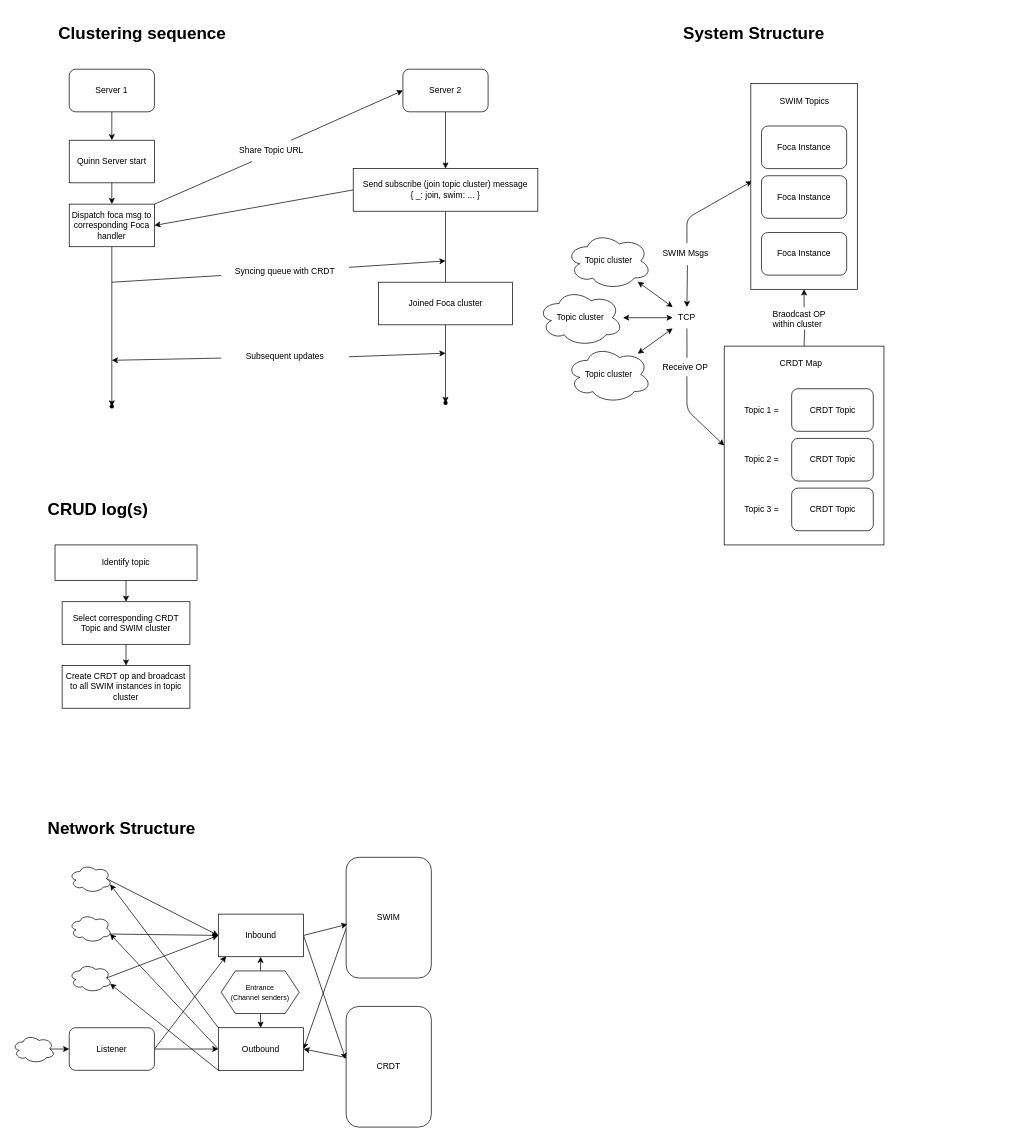
Earlier version of the draw.io diagram proc.drawio (Limit-LAB/Orkas). Source tidied: cells renumbered, new cells numbered last; positions are measured from the earlier drawing's top-left corner, leaving out a move shared by most shapes. Both pictures are drawn from the tidied source at 71%, with x=0, y=0 at pixel (12, 19).
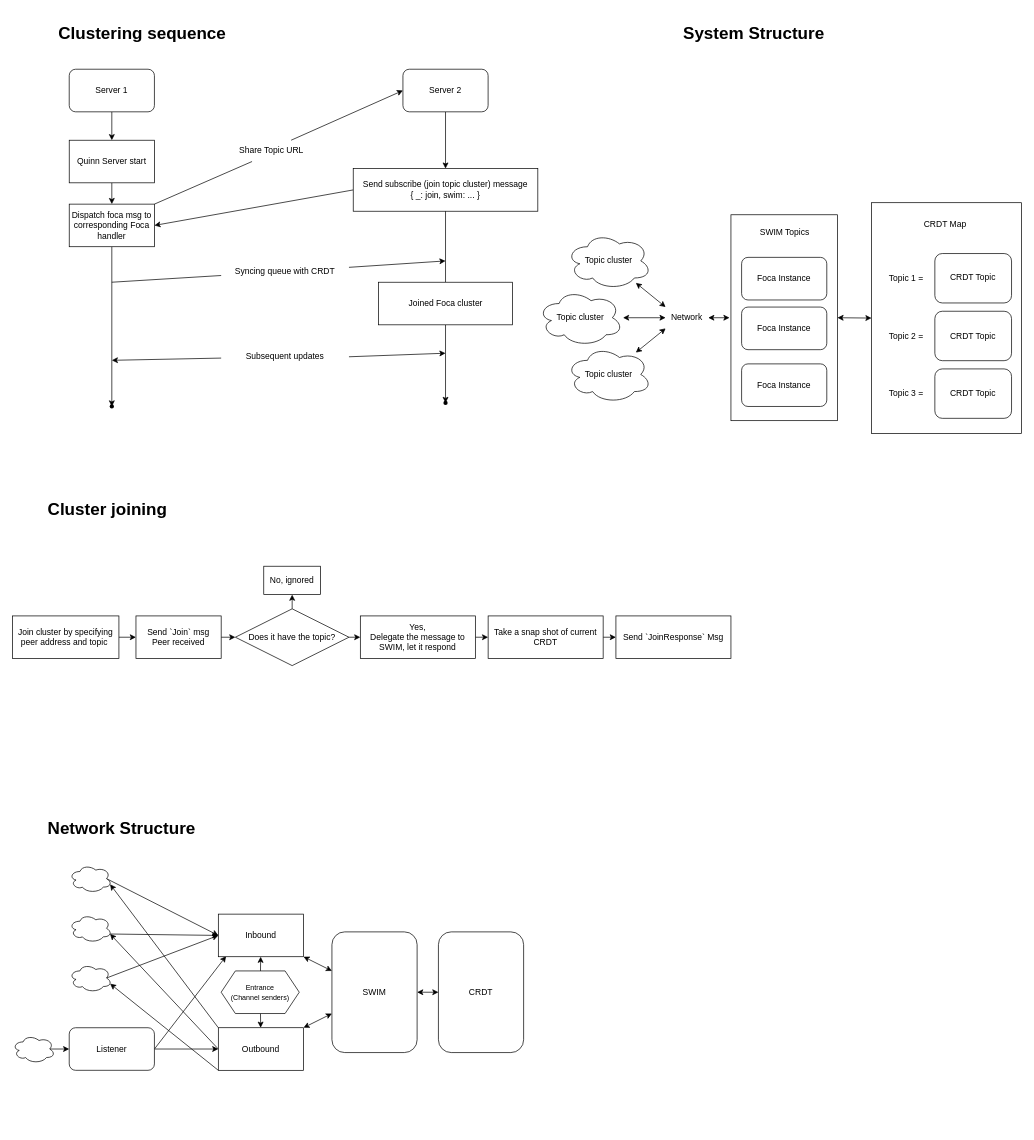
The same diagram, later.

The change refers to these unchanged cells:
```xml
<mxCell id="46" style="rounded=0;whiteSpace=wrap;html=1;" parent="45" vertex="1">
  <mxGeometry width="150" height="290" as="geometry" />
</mxCell>
<mxCell id="73" value="Outbound" style="rounded=0;whiteSpace=wrap;html=1;" parent="1" vertex="1">
  <mxGeometry x="290" y="1420" width="120" height="60" as="geometry" />
</mxCell>
<mxCell id="85" value="Inbound" style="rounded=0;whiteSpace=wrap;html=1;" parent="1" vertex="1">
  <mxGeometry x="290" y="1260" width="120" height="60" as="geometry" />
</mxCell>
```

Change to the diagram source:
```diff
@@
-    <mxCell id="26" value="&lt;h1&gt;CRUD log(s)&lt;/h1&gt;" style="text;html=1;strokeColor=none;fillColor=none;spacing=5;spacingTop=-20;whiteSpace=wrap;overflow=hidden;rounded=0;" parent="1" vertex="1">
+    <mxCell id="26" value="&lt;h1&gt;Cluster joining&lt;/h1&gt;" style="text;html=1;strokeColor=none;fillColor=none;spacing=5;spacingTop=-20;whiteSpace=wrap;overflow=hidden;rounded=0;" parent="1" vertex="1">
       <mxGeometry x="45" y="670" width="190" height="50" as="geometry" />
     </mxCell>
-    <mxCell id="27" style="edgeStyle=none;html=1;" parent="1" edge="1" source="28" target="30">
-      <mxGeometry relative="1" as="geometry" />
-    </mxCell>
-    <mxCell id="28" value="Identify topic" style="rounded=0;whiteSpace=wrap;html=1;" parent="1" vertex="1">
-      <mxGeometry x="60" y="740" width="200" height="50" as="geometry" />
-    </mxCell>
-    <mxCell id="29" style="edgeStyle=none;html=1;" parent="1" edge="1" source="30" target="31">
-      <mxGeometry relative="1" as="geometry" />
-    </mxCell>
-    <mxCell id="30" value="Select corresponding CRDT Topic and SWIM cluster" style="whiteSpace=wrap;html=1;rounded=0;" parent="1" vertex="1">
-      <mxGeometry x="70" y="820" width="180" height="60" as="geometry" />
-    </mxCell>
-    <mxCell id="31" value="Create CRDT op and broadcast to all SWIM instances in topic cluster" style="rounded=0;whiteSpace=wrap;html=1;" parent="1" vertex="1">
-      <mxGeometry x="70" y="910" width="180" height="60" as="geometry" />
-    </mxCell>
@@
-    <mxCell id="40" style="edgeStyle=none;html=1;exitX=0.5;exitY=0;exitDx=0;exitDy=0;entryX=0.011;entryY=0.475;entryDx=0;entryDy=0;entryPerimeter=0;startArrow=none;startFill=1;" parent="1" edge="1" source="64" target="46">
-      <mxGeometry relative="1" as="geometry">
-        <Array as="points">
-          <mxPoint x="950" y="280" />
-        </Array>
-      </mxGeometry>
-    </mxCell>
+    <mxCell id="91" style="edgeStyle=none;html=1;exitX=1;exitY=0.5;exitDx=0;exitDy=0;startArrow=classic;startFill=1;" parent="1" edge="1" source="41">
+      <mxGeometry relative="1" as="geometry">
+        <mxPoint x="1010" y="420" as="targetPoint" />
+      </mxGeometry>
+    </mxCell>
-    <mxCell id="41" value="TCP" style="text;html=1;strokeColor=none;fillColor=none;align=center;verticalAlign=middle;whiteSpace=wrap;rounded=0;" parent="1" vertex="1">
-      <mxGeometry x="930" y="405" width="40" height="30" as="geometry" />
+    <mxCell id="41" value="Network" style="text;html=1;strokeColor=none;fillColor=none;align=center;verticalAlign=middle;whiteSpace=wrap;rounded=0;" parent="1" vertex="1">
+      <mxGeometry x="920" y="405" width="60" height="30" as="geometry" />
     </mxCell>
-    <mxCell id="42" style="edgeStyle=none;html=1;entryX=0.5;entryY=1;entryDx=0;entryDy=0;startArrow=none;startFill=0;endArrow=none;endFill=0;exitX=0.501;exitY=-0.044;exitDx=0;exitDy=0;exitPerimeter=0;" parent="1" edge="1" source="44" target="41">
-      <mxGeometry relative="1" as="geometry" />
-    </mxCell>
-    <mxCell id="43" style="edgeStyle=none;html=1;exitX=0.5;exitY=1;exitDx=0;exitDy=0;startArrow=none;startFill=0;entryX=0;entryY=0.5;entryDx=0;entryDy=0;exitPerimeter=0;" parent="1" edge="1" source="44" target="52">
-      <mxGeometry relative="1" as="geometry">
-        <Array as="points">
-          <mxPoint x="950" y="550" />
-        </Array>
-      </mxGeometry>
-    </mxCell>
-    <mxCell id="44" value="Receive OP" style="text;strokeColor=none;fillColor=none;align=left;verticalAlign=middle;spacingLeft=4;spacingRight=4;overflow=hidden;points=[[0,0.5],[1,0.5]];portConstraint=eastwest;whiteSpace=wrap;html=1;" parent="1" vertex="1">
-      <mxGeometry x="910" y="477.5" width="80" height="25" as="geometry" />
-    </mxCell>
     <mxCell id="45" style="group;" parent="1" vertex="1">
-      <mxGeometry x="1040" y="90" width="150" height="290" as="geometry" />
+      <mxGeometry x="1012" y="275" width="150" height="290" as="geometry" />
     </mxCell>
@@
     <mxCell id="51" style="group;" parent="1" vertex="1">
-      <mxGeometry x="1002.5" y="460" width="225" height="280" as="geometry" />
+      <mxGeometry x="1210" y="260" width="211.2" height="325" as="geometry" />
     </mxCell>
     <mxCell id="52" style="rounded=0;whiteSpace=wrap;html=1;" parent="51" vertex="1">
-      <mxGeometry width="225" height="280" as="geometry" />
+      <mxGeometry y="-2" width="211.2" height="325" as="geometry" />
     </mxCell>
     <mxCell id="53" value="CRDT Topic" style="rounded=1;whiteSpace=wrap;html=1;" parent="51" vertex="1">
-      <mxGeometry x="95" y="60" width="115" height="60" as="geometry" />
+      <mxGeometry x="89.2" y="69.6" width="108" height="69.6" as="geometry" />
     </mxCell>
     <mxCell id="54" value="CRDT Map" style="text;strokeColor=none;fillColor=none;align=left;verticalAlign=middle;spacingLeft=4;spacingRight=4;overflow=hidden;whiteSpace=wrap;html=1;" parent="51" vertex="1">
-      <mxGeometry x="72.5" y="10" width="80" height="30" as="geometry" />
+      <mxGeometry x="68.1" y="11.6" width="75.1" height="34.8" as="geometry" />
     </mxCell>
     <mxCell id="55" value="Topic 1 =" style="text;html=1;strokeColor=none;fillColor=none;align=center;verticalAlign=middle;whiteSpace=wrap;rounded=0;" parent="51" vertex="1">
-      <mxGeometry x="15" y="75" width="75" height="30" as="geometry" />
+      <mxGeometry x="14.1" y="87.1" width="70.4" height="34.8" as="geometry" />
     </mxCell>
     <mxCell id="56" value="CRDT Topic" style="rounded=1;whiteSpace=wrap;html=1;" parent="51" vertex="1">
-      <mxGeometry x="95" y="130" width="115" height="60" as="geometry" />
+      <mxGeometry x="89.2" y="150.9" width="108" height="69.6" as="geometry" />
     </mxCell>
     <mxCell id="57" value="Topic 2 =" style="text;html=1;strokeColor=none;fillColor=none;align=center;verticalAlign=middle;whiteSpace=wrap;rounded=0;" parent="51" vertex="1">
-      <mxGeometry x="15" y="145" width="75" height="30" as="geometry" />
+      <mxGeometry x="14.1" y="168.3" width="70.4" height="34.8" as="geometry" />
     </mxCell>
     <mxCell id="58" value="CRDT Topic" style="rounded=1;whiteSpace=wrap;html=1;" parent="51" vertex="1">
-      <mxGeometry x="95" y="200" width="115" height="60" as="geometry" />
+      <mxGeometry x="89.2" y="232.1" width="108" height="69.6" as="geometry" />
     </mxCell>
     <mxCell id="59" value="Topic 3 =" style="text;html=1;strokeColor=none;fillColor=none;align=center;verticalAlign=middle;whiteSpace=wrap;rounded=0;" parent="51" vertex="1">
-      <mxGeometry x="15" y="215" width="75" height="30" as="geometry" />
+      <mxGeometry x="14.1" y="249.6" width="70.4" height="34.8" as="geometry" />
     </mxCell>
-    <mxCell id="60" style="edgeStyle=none;html=1;startArrow=none;startFill=0;endArrow=classic;endFill=1;" parent="1" edge="1" source="62">
-      <mxGeometry relative="1" as="geometry">
-        <mxPoint x="1115" y="380" as="targetPoint" />
-      </mxGeometry>
-    </mxCell>
-    <mxCell id="61" style="edgeStyle=none;html=1;startArrow=none;startFill=0;endArrow=none;endFill=1;entryX=0.507;entryY=1.063;entryDx=0;entryDy=0;entryPerimeter=0;exitX=0.5;exitY=0;exitDx=0;exitDy=0;" parent="1" edge="1" source="52" target="62">
-      <mxGeometry relative="1" as="geometry" />
-    </mxCell>
-    <mxCell id="62" value="Braodcast OP within cluster" style="text;strokeColor=none;fillColor=none;align=left;verticalAlign=middle;spacingLeft=4;spacingRight=4;overflow=hidden;points=[[0,0.5],[1,0.5]];portConstraint=eastwest;whiteSpace=wrap;html=1;" parent="1" vertex="1">
-      <mxGeometry x="1065" y="405" width="100" height="30" as="geometry" />
-    </mxCell>
-    <mxCell id="63" style="edgeStyle=none;html=1;exitX=0.5;exitY=0;exitDx=0;exitDy=0;entryX=0.509;entryY=1.038;entryDx=0;entryDy=0;entryPerimeter=0;startArrow=classic;startFill=1;endArrow=none;" parent="1" edge="1" source="41" target="64">
-      <mxGeometry relative="1" as="geometry" />
-    </mxCell>
-    <mxCell id="64" value="SWIM Msgs" style="text;strokeColor=none;fillColor=none;align=left;verticalAlign=middle;spacingLeft=4;spacingRight=4;overflow=hidden;points=[[0,0.5],[1,0.5]];portConstraint=eastwest;whiteSpace=wrap;html=1;" parent="1" vertex="1">
-      <mxGeometry x="910" y="315" width="80" height="30" as="geometry" />
-    </mxCell>
@@
-    <mxCell id="66" style="edgeStyle=none;html=1;exitX=0;exitY=0.588;exitDx=0;exitDy=0;entryX=1;entryY=0.5;entryDx=0;entryDy=0;startArrow=none;startFill=0;endArrow=classic;endFill=1;exitPerimeter=0;" parent="1" edge="1" source="67" target="73">
-      <mxGeometry relative="1" as="geometry" />
-    </mxCell>
     <mxCell id="67" value="SWIM" style="rounded=1;whiteSpace=wrap;html=1;" parent="1" vertex="1">
-      <mxGeometry x="470" y="1180" width="120" height="170" as="geometry" />
+      <mxGeometry x="450" y="1285" width="120" height="170" as="geometry" />
     </mxCell>
-    <mxCell id="68" style="edgeStyle=none;html=1;exitX=-0.016;exitY=0.421;exitDx=0;exitDy=0;entryX=1;entryY=0.5;entryDx=0;entryDy=0;startArrow=none;startFill=0;endArrow=classic;endFill=1;exitPerimeter=0;" parent="1" edge="1" source="69" target="73">
-      <mxGeometry relative="1" as="geometry" />
-    </mxCell>
+    <mxCell id="92" style="edgeStyle=none;html=1;startArrow=classic;startFill=1;" parent="1" edge="1" source="69" target="67">
+      <mxGeometry relative="1" as="geometry" />
+    </mxCell>
     <mxCell id="69" value="CRDT" style="rounded=1;whiteSpace=wrap;html=1;" parent="1" vertex="1">
-      <mxGeometry x="470" y="1390" width="120" height="170" as="geometry" />
+      <mxGeometry x="600" y="1285" width="120" height="170" as="geometry" />
     </mxCell>
@@
+    <mxCell id="93" style="edgeStyle=none;html=1;startArrow=classic;startFill=1;" parent="1" edge="1" source="73" target="67">
+      <mxGeometry relative="1" as="geometry" />
+    </mxCell>
@@
-    <mxCell id="83" style="edgeStyle=none;html=1;exitX=1;exitY=0.5;exitDx=0;exitDy=0;startArrow=none;startFill=0;endArrow=classic;endFill=1;entryX=0.014;entryY=0.555;entryDx=0;entryDy=0;entryPerimeter=0;" parent="1" edge="1" source="85" target="67">
+    <mxCell id="83" style="edgeStyle=none;html=1;startArrow=classic;startFill=1;" parent="1" edge="1" source="85" target="67">
       <mxGeometry relative="1" as="geometry" />
     </mxCell>
-    <mxCell id="84" style="edgeStyle=none;html=1;exitX=1;exitY=0.5;exitDx=0;exitDy=0;startArrow=none;startFill=0;endArrow=classic;endFill=1;entryX=-0.006;entryY=0.436;entryDx=0;entryDy=0;entryPerimeter=0;" parent="1" edge="1" source="85" target="69">
-      <mxGeometry relative="1" as="geometry" />
-    </mxCell>
@@
+    <mxCell id="94" style="edgeStyle=none;html=1;" parent="1" edge="1" source="95" target="97">
+      <mxGeometry relative="1" as="geometry" />
+    </mxCell>
+    <mxCell id="95" value="Join cluster by specifying peer address and topic&amp;nbsp;" style="rounded=0;whiteSpace=wrap;html=1;" parent="1" vertex="1">
+      <mxGeometry y="840" width="150" height="60" as="geometry" />
+    </mxCell>
+    <mxCell id="96" style="edgeStyle=none;html=1;" parent="1" edge="1" source="97" target="99">
+      <mxGeometry relative="1" as="geometry" />
+    </mxCell>
+    <mxCell id="97" value="Send `Join` msg&lt;br&gt;Peer received" style="rounded=0;whiteSpace=wrap;html=1;" parent="1" vertex="1">
+      <mxGeometry x="174" y="840" width="120" height="60" as="geometry" />
+    </mxCell>
+    <mxCell id="98" style="edgeStyle=none;html=1;" parent="1" edge="1" source="99">
+      <mxGeometry relative="1" as="geometry">
+        <mxPoint x="394" y="810" as="targetPoint" />
+      </mxGeometry>
+    </mxCell>
+    <mxCell id="99" value="Does it have the topic?" style="rhombus;whiteSpace=wrap;html=1;rounded=0;" parent="1" vertex="1">
+      <mxGeometry x="314" y="830" width="160" height="80" as="geometry" />
+    </mxCell>
+    <mxCell id="100" style="edgeStyle=none;html=1;exitX=1;exitY=0.5;exitDx=0;exitDy=0;" parent="1" edge="1" source="99" target="103">
+      <mxGeometry relative="1" as="geometry" />
+    </mxCell>
+    <mxCell id="101" value="No, ignored" style="whiteSpace=wrap;html=1;rounded=0;" parent="1" vertex="1">
+      <mxGeometry x="354" y="770" width="80" height="40" as="geometry" />
+    </mxCell>
+    <mxCell id="102" style="edgeStyle=none;html=1;" parent="1" edge="1" source="103" target="105">
+      <mxGeometry relative="1" as="geometry" />
+    </mxCell>
+    <mxCell id="103" value="Yes, &lt;br&gt;Delegate the message to SWIM, let it respond" style="whiteSpace=wrap;html=1;rounded=0;" parent="1" vertex="1">
+      <mxGeometry x="490" y="840" width="162" height="60" as="geometry" />
+    </mxCell>
+    <mxCell id="104" style="edgeStyle=none;html=1;" parent="1" edge="1" source="105" target="106">
+      <mxGeometry relative="1" as="geometry" />
+    </mxCell>
+    <mxCell id="105" value="Take a snap shot of current CRDT" style="rounded=0;whiteSpace=wrap;html=1;" parent="1" vertex="1">
+      <mxGeometry x="670" y="840" width="162" height="60" as="geometry" />
+    </mxCell>
+    <mxCell id="106" value="Send `JoinResponse` Msg" style="rounded=0;whiteSpace=wrap;html=1;" parent="1" vertex="1">
+      <mxGeometry x="850" y="840" width="162" height="60" as="geometry" />
+    </mxCell>
+    <mxCell id="107" style="edgeStyle=none;html=1;exitX=1;exitY=0.5;exitDx=0;exitDy=0;entryX=0;entryY=0.5;entryDx=0;entryDy=0;startArrow=classic;startFill=1;" parent="1" edge="1" source="46" target="52">
+      <mxGeometry relative="1" as="geometry" />
+    </mxCell>
```
